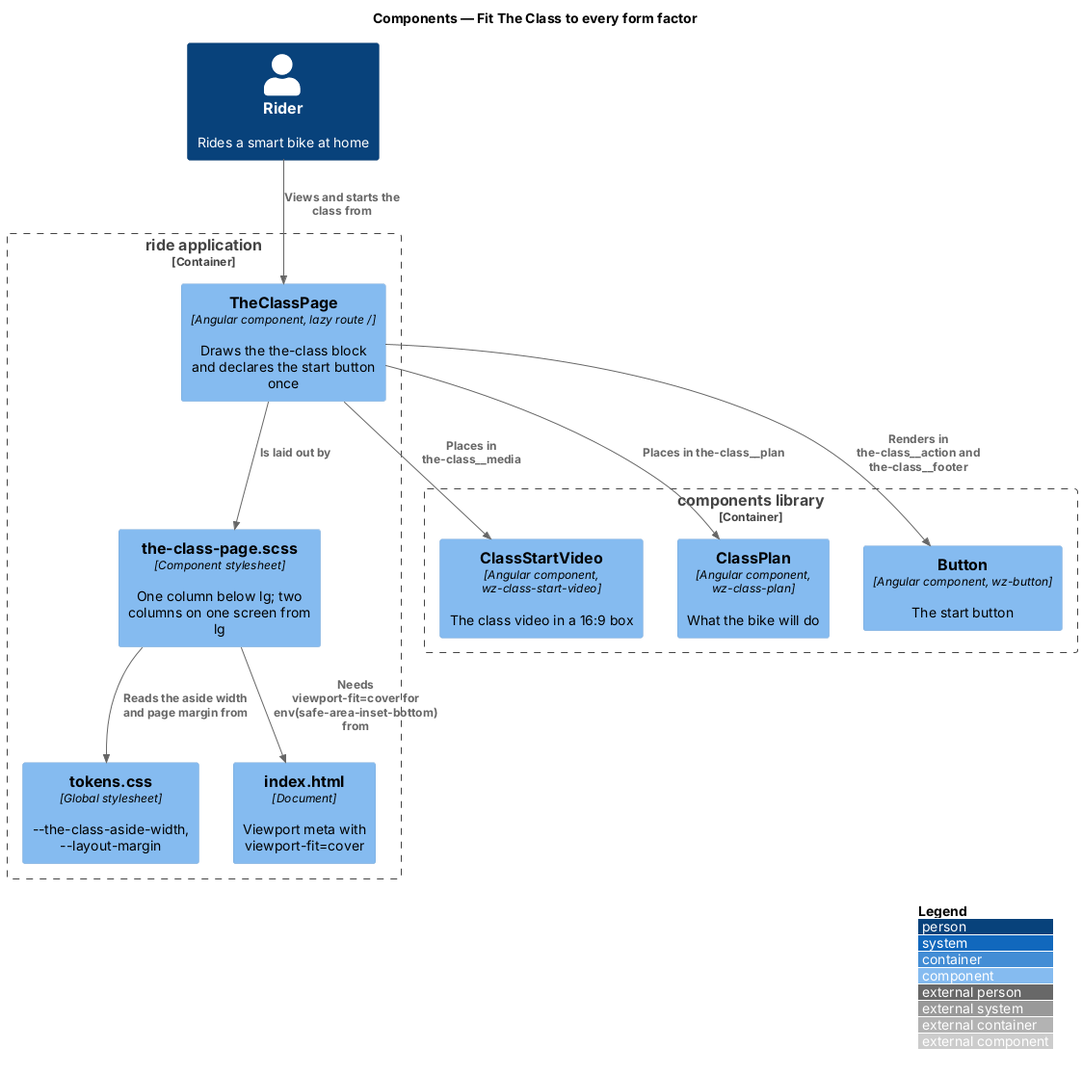
The PlantUML diagram docs/detailed-designs/ui/fit-the-class-to-every-form-factor/diagrams/c4-component.png in QuinntyneBrown/ride-one, before a commit.
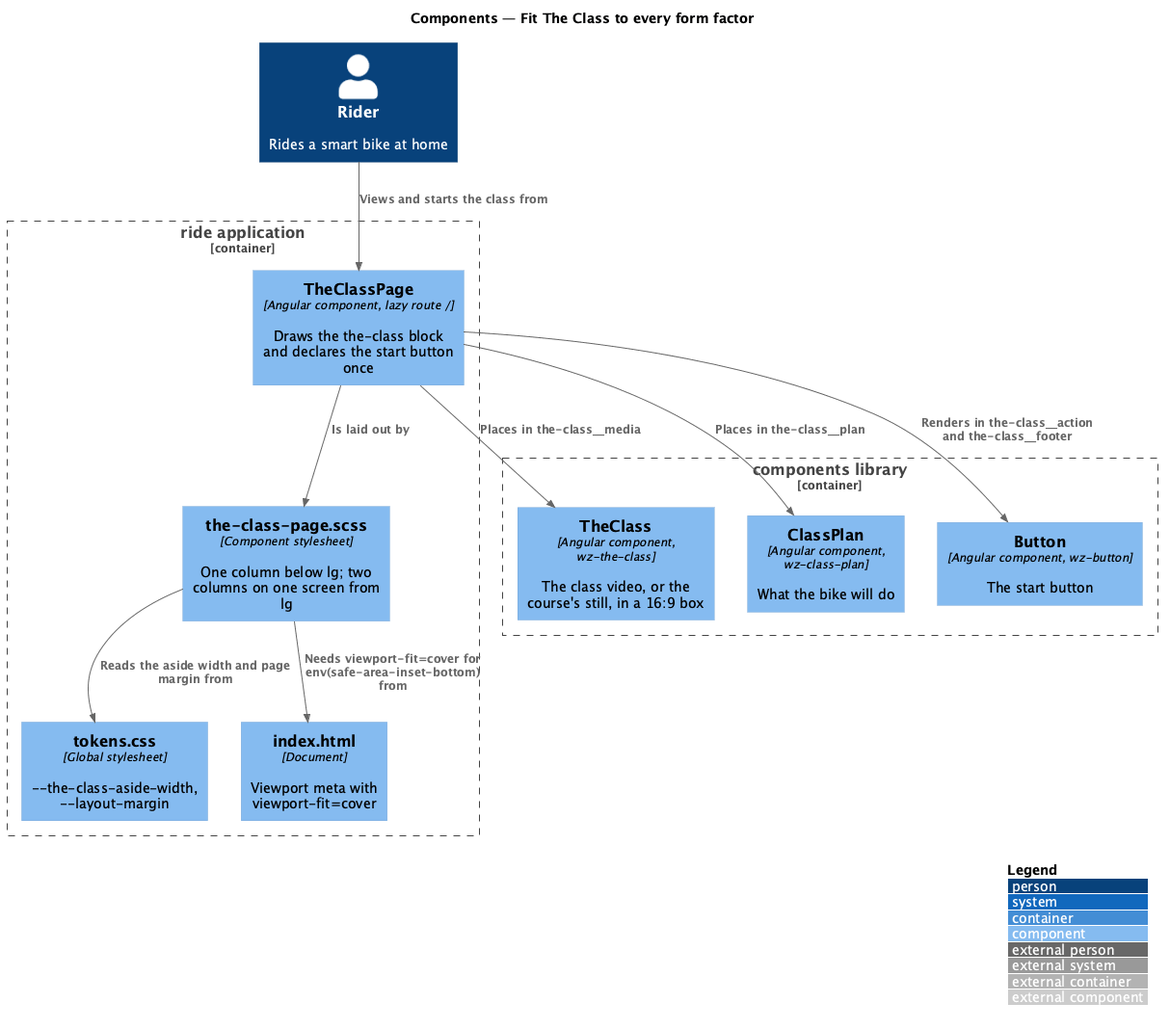
Above is the later version.

The edit, as a diff of the source:
```diff
@@ -11,7 +11,7 @@
   Component(index, "index.html", "Document", "Viewport meta with viewport-fit=cover")
 }
 Container_Boundary(components, "components library") {
-  Component(video, "ClassStartVideo", "Angular component, wz-class-start-video", "The class video in a 16:9 box")
+  Component(video, "TheClass", "Angular component, wz-the-class", "The class video, or the course's still, in a 16:9 box")
   Component(plan, "ClassPlan", "Angular component, wz-class-plan", "What the bike will do")
   Component(button, "Button", "Angular component, wz-button", "The start button")
 }
```
